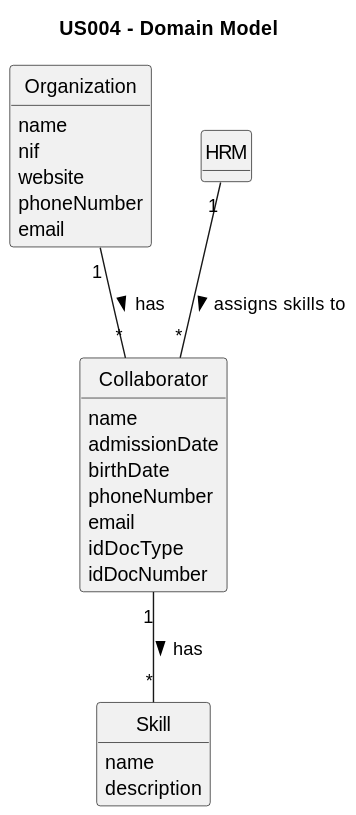
This is docs/sprintA/us004/02.analysis/svg/us004-domain-model.svg from Rui-San/LAPR2_2023_2024, a PlantUML export, as it was before one commit.
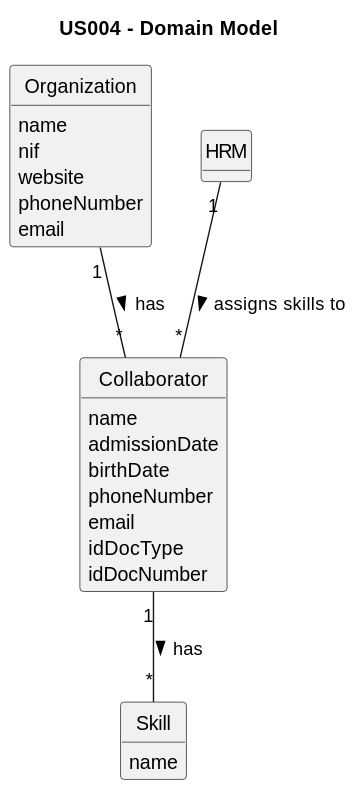
After the commit.

Commit message:
US004: Removed description atribute from skill class and updated svg

Change to the diagram source:
```diff
@@ -21,7 +21,7 @@
 
 class Skill{
     name
-    description
+
 }
 
 class HRM{
```
